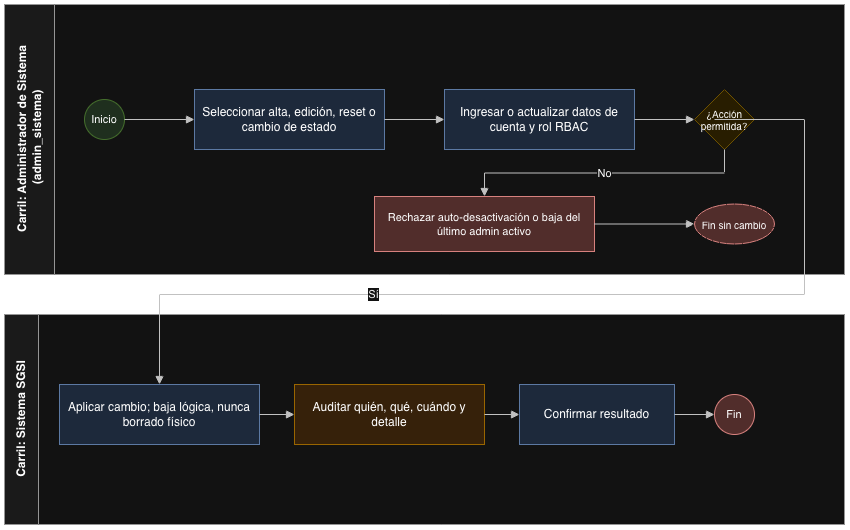
Above: Documentacion/Entregas/U2-Desarrollo_e_Implementacion/03_bpmn/03d_proceso_usuarios.drawio.png in pbahamondez-inacap/proyectotitulo-inacap-Pbahamondez (draw.io), before the change. Source tidied: cells renumbered, new cells last; positions are measured from the earlier drawing's top-left corner, leaving out a move shared by most shapes. The source it was exported from:
```xml
<mxGraphModel>
  <root>
    <mxCell id="0" />
    <mxCell id="1" parent="0" />
    <mxCell id="2" value="Carril: Administrador de Sistema&lt;div&gt;&amp;nbsp;(admin_sistema)&lt;/div&gt;" style="swimlane;html=1;startSize=50;horizontal=0;fontStyle=1;fillColor=#f5f5f5;strokeColor=#666666;swimlaneFillColor=#ffffff;" parent="1" vertex="1">
      <mxGeometry width="840" height="270" as="geometry" />
    </mxCell>
    <mxCell id="3" value="Inicio" style="ellipse;whiteSpace=wrap;html=1;fillColor=#d5e8d4;strokeColor=#82b366;fontSize=11;" parent="2" vertex="1">
      <mxGeometry x="80" y="95" width="40" height="40" as="geometry" />
    </mxCell>
    <mxCell id="4" value="Seleccionar alta, edición, reset o cambio de estado" style="rounded=0;whiteSpace=wrap;html=1;fillColor=#dae8fc;strokeColor=#6c8ebf;fontSize=12;" parent="2" vertex="1">
      <mxGeometry x="190" y="85" width="190" height="60" as="geometry" />
    </mxCell>
    <mxCell id="5" value="Ingresar o actualizar datos de cuenta y rol RBAC" style="rounded=0;whiteSpace=wrap;html=1;fillColor=#dae8fc;strokeColor=#6c8ebf;fontSize=12;" parent="2" vertex="1">
      <mxGeometry x="440" y="85" width="190" height="60" as="geometry" />
    </mxCell>
    <mxCell id="6" value="¿Acción permitida?" style="rhombus;whiteSpace=wrap;html=1;fillColor=#fff2cc;strokeColor=#d6b656;fontSize=10;" parent="2" vertex="1">
      <mxGeometry x="690" y="85" width="60" height="60" as="geometry" />
    </mxCell>
    <mxCell id="7" value="Rechazar auto-desactivación o baja del último admin activo" style="rounded=0;whiteSpace=wrap;html=1;fillColor=#f8cecc;strokeColor=#b85450;fontSize=11;" parent="2" vertex="1">
      <mxGeometry x="370" y="192" width="220" height="55" as="geometry" />
    </mxCell>
    <mxCell id="8" value="Fin sin cambio" style="ellipse;whiteSpace=wrap;html=1;fillColor=#f8cecc;strokeColor=#b85450;fontSize=10;" parent="2" vertex="1">
      <mxGeometry x="690" y="199.5" width="80" height="40" as="geometry" />
    </mxCell>
    <mxCell id="9" value="Carril: Sistema SGSI" style="swimlane;html=1;startSize=34;horizontal=0;fontStyle=1;fillColor=#f5f5f5;strokeColor=#666666;swimlaneFillColor=#ffffff;" parent="1" vertex="1">
      <mxGeometry y="310" width="840" height="210" as="geometry" />
    </mxCell>
    <mxCell id="10" value="Aplicar cambio; baja lógica, nunca borrado físico" style="rounded=0;whiteSpace=wrap;html=1;fillColor=#dae8fc;strokeColor=#6c8ebf;fontSize=12;" parent="9" vertex="1">
      <mxGeometry x="55" y="70" width="200" height="60" as="geometry" />
    </mxCell>
    <mxCell id="11" value="Auditar quién, qué, cuándo y detalle" style="rounded=0;whiteSpace=wrap;html=1;fillColor=#ffe6cc;strokeColor=#d79b00;fontSize=12;" parent="9" vertex="1">
      <mxGeometry x="290" y="70" width="190" height="60" as="geometry" />
    </mxCell>
    <mxCell id="12" value="Confirmar resultado" style="rounded=0;whiteSpace=wrap;html=1;fillColor=#dae8fc;strokeColor=#6c8ebf;fontSize=12;" parent="9" vertex="1">
      <mxGeometry x="515" y="70" width="155" height="60" as="geometry" />
    </mxCell>
    <mxCell id="13" value="Fin" style="ellipse;whiteSpace=wrap;html=1;fillColor=#f8cecc;strokeColor=#b85450;fontSize=11;" parent="9" vertex="1">
      <mxGeometry x="710" y="80" width="40" height="40" as="geometry" />
    </mxCell>
    <mxCell id="14" style="edgeStyle=orthogonalEdgeStyle;rounded=0;html=1;endArrow=block;strokeColor=#333333;" parent="1" edge="1" source="3" target="4">
      <mxGeometry relative="1" as="geometry" />
    </mxCell>
    <mxCell id="15" style="edgeStyle=orthogonalEdgeStyle;rounded=0;html=1;endArrow=block;strokeColor=#333333;" parent="1" edge="1" source="4" target="5">
      <mxGeometry relative="1" as="geometry" />
    </mxCell>
    <mxCell id="16" style="edgeStyle=orthogonalEdgeStyle;rounded=0;html=1;endArrow=block;strokeColor=#333333;" parent="1" edge="1" source="5" target="6">
      <mxGeometry relative="1" as="geometry" />
    </mxCell>
    <mxCell id="17" value="No" style="edgeStyle=orthogonalEdgeStyle;rounded=0;html=1;endArrow=block;strokeColor=#333333;exitX=0.5;exitY=1;exitDx=0;exitDy=0;" parent="1" edge="1" source="6" target="7">
      <mxGeometry relative="1" as="geometry" />
    </mxCell>
    <mxCell id="18" style="edgeStyle=orthogonalEdgeStyle;rounded=0;html=1;endArrow=block;strokeColor=#333333;" parent="1" edge="1" source="7" target="8">
      <mxGeometry relative="1" as="geometry" />
    </mxCell>
    <mxCell id="19" value="Sí" style="edgeStyle=orthogonalEdgeStyle;rounded=0;html=1;endArrow=block;strokeColor=#333333;" parent="1" edge="1" target="10">
      <mxGeometry x="0.39" relative="1" as="geometry">
        <mxPoint x="710" y="115" as="sourcePoint" />
        <Array as="points">
          <mxPoint x="800" y="115" />
          <mxPoint x="800" y="290" />
          <mxPoint x="155" y="290" />
        </Array>
      </mxGeometry>
    </mxCell>
    <mxCell id="20" style="edgeStyle=orthogonalEdgeStyle;rounded=0;html=1;endArrow=block;strokeColor=#333333;" parent="1" edge="1" source="10" target="11">
      <mxGeometry relative="1" as="geometry" />
    </mxCell>
    <mxCell id="21" style="edgeStyle=orthogonalEdgeStyle;rounded=0;html=1;endArrow=block;strokeColor=#333333;" parent="1" edge="1" source="11" target="12">
      <mxGeometry relative="1" as="geometry" />
    </mxCell>
    <mxCell id="22" style="edgeStyle=orthogonalEdgeStyle;rounded=0;html=1;endArrow=block;strokeColor=#333333;" parent="1" edge="1" source="12" target="13">
      <mxGeometry relative="1" as="geometry" />
    </mxCell>
  </root>
</mxGraphModel>
```
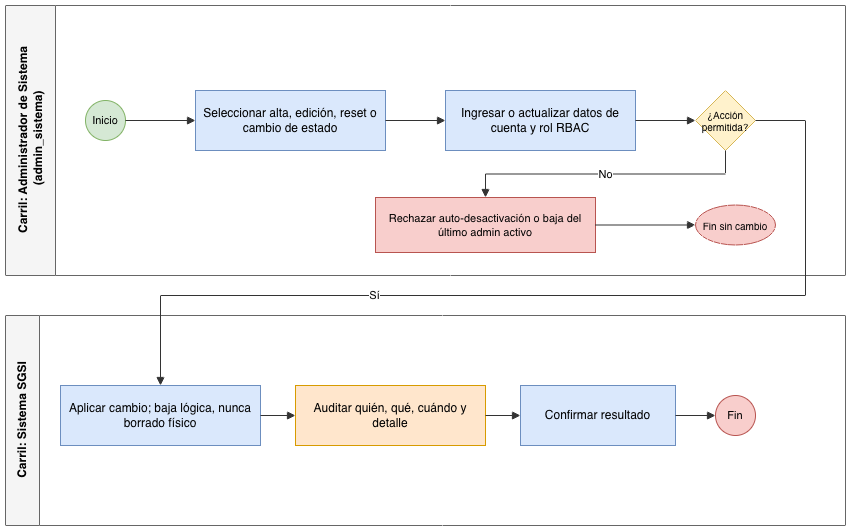
After the commit.

Change to the diagram source:
```diff
@@ -53,9 +53,8 @@
     <mxCell id="18" style="edgeStyle=orthogonalEdgeStyle;rounded=0;html=1;endArrow=block;strokeColor=#333333;" parent="1" edge="1" source="7" target="8">
       <mxGeometry relative="1" as="geometry" />
     </mxCell>
-    <mxCell id="19" value="Sí" style="edgeStyle=orthogonalEdgeStyle;rounded=0;html=1;endArrow=block;strokeColor=#333333;" parent="1" edge="1" target="10">
-      <mxGeometry x="0.39" relative="1" as="geometry">
-        <mxPoint x="710" y="115" as="sourcePoint" />
+    <mxCell id="19" value="Sí" style="edgeStyle=orthogonalEdgeStyle;rounded=0;html=1;endArrow=block;strokeColor=#333333;exitX=1;exitY=0.5;exitDx=0;exitDy=0;" parent="1" edge="1" source="6" target="10">
+      <mxGeometry x="0.37" relative="1" as="geometry">
         <Array as="points">
           <mxPoint x="800" y="115" />
           <mxPoint x="800" y="290" />
```
